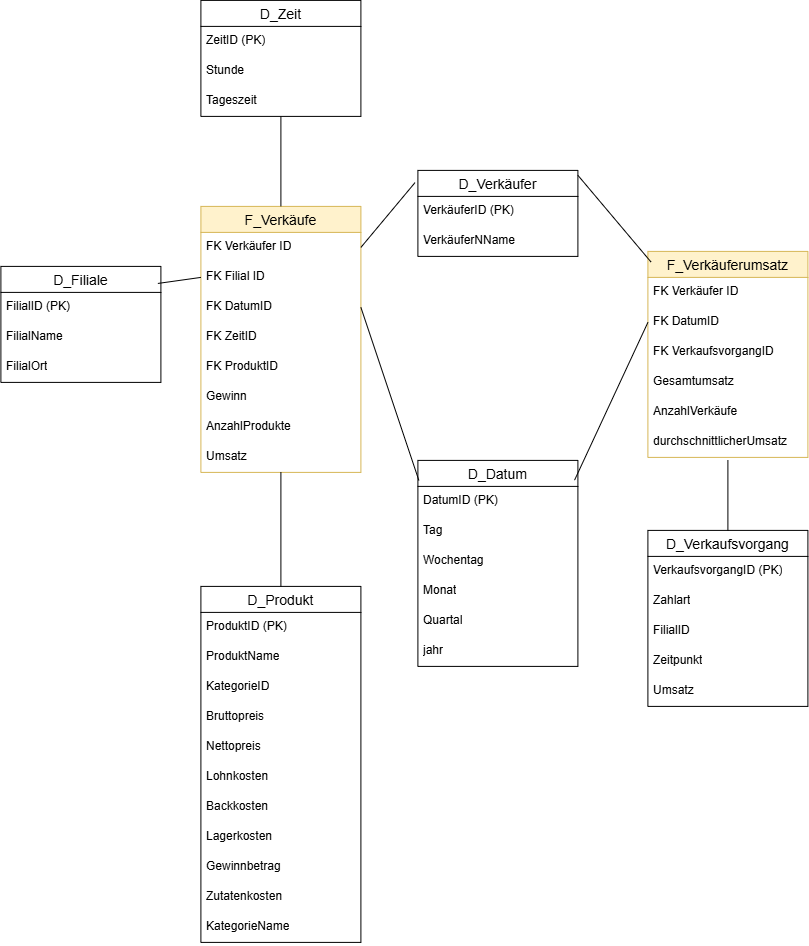
This is Präsentation/Galaxyschema_BrotZeit.png from Thoerchen/BackZeit, a draw.io export, as it was before one commit. Source tidied: cells renumbered, new cells last; positions are measured from the earlier drawing's top-left corner, leaving out a move shared by most shapes.
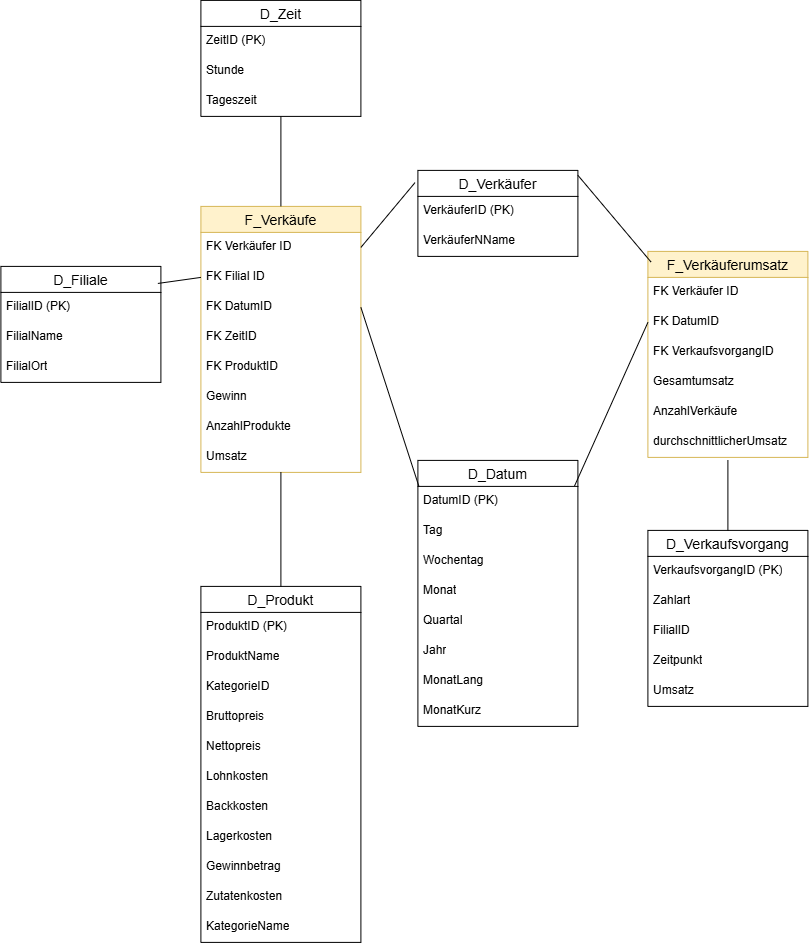
The same diagram one commit later.

What changed in the source:
```diff
@@ -51,7 +51,7 @@
       <mxGeometry y="86" width="160" height="30" as="geometry" />
     </mxCell>
     <mxCell id="18" value="D_Datum" style="swimlane;fontStyle=0;horizontal=1;startSize=26;align=center;fontSize=14;" parent="1" vertex="1">
-      <mxGeometry x="417" y="460" width="160" height="206" as="geometry" />
+      <mxGeometry x="417" y="460" width="160" height="266" as="geometry" />
     </mxCell>
     <mxCell id="19" value="DatumID (PK)" style="text;strokeColor=none;fillColor=none;spacingLeft=4;spacingRight=4;overflow=hidden;fontSize=12;whiteSpace=wrap;html=1;" parent="18" vertex="1">
       <mxGeometry y="26" width="160" height="30" as="geometry" />
@@ -68,9 +68,15 @@
     <mxCell id="23" value="Quartal" style="text;strokeColor=none;fillColor=none;spacingLeft=4;spacingRight=4;overflow=hidden;fontSize=12;whiteSpace=wrap;html=1;" parent="18" vertex="1">
       <mxGeometry y="146" width="160" height="30" as="geometry" />
     </mxCell>
-    <mxCell id="24" value="jahr" style="text;strokeColor=none;fillColor=none;spacingLeft=4;spacingRight=4;overflow=hidden;fontSize=12;whiteSpace=wrap;html=1;" parent="18" vertex="1">
+    <mxCell id="24" value="Jahr" style="text;strokeColor=none;fillColor=none;spacingLeft=4;spacingRight=4;overflow=hidden;fontSize=12;whiteSpace=wrap;html=1;" parent="18" vertex="1">
       <mxGeometry y="176" width="160" height="30" as="geometry" />
     </mxCell>
+    <mxCell id="62" value="MonatLang" style="text;strokeColor=none;fillColor=none;spacingLeft=4;spacingRight=4;overflow=hidden;fontSize=12;whiteSpace=wrap;html=1;" parent="18" vertex="1">
+      <mxGeometry y="206" width="160" height="30" as="geometry" />
+    </mxCell>
+    <mxCell id="63" value="MonatKurz" style="text;strokeColor=none;fillColor=none;spacingLeft=4;spacingRight=4;overflow=hidden;fontSize=12;whiteSpace=wrap;html=1;" parent="18" vertex="1">
+      <mxGeometry y="236" width="160" height="30" as="geometry" />
+    </mxCell>
     <mxCell id="25" value="D_Zeit" style="swimlane;fontStyle=0;horizontal=1;startSize=26;align=center;fontSize=14;" parent="1" vertex="1">
       <mxGeometry x="200" width="160" height="116" as="geometry" />
     </mxCell>
```
